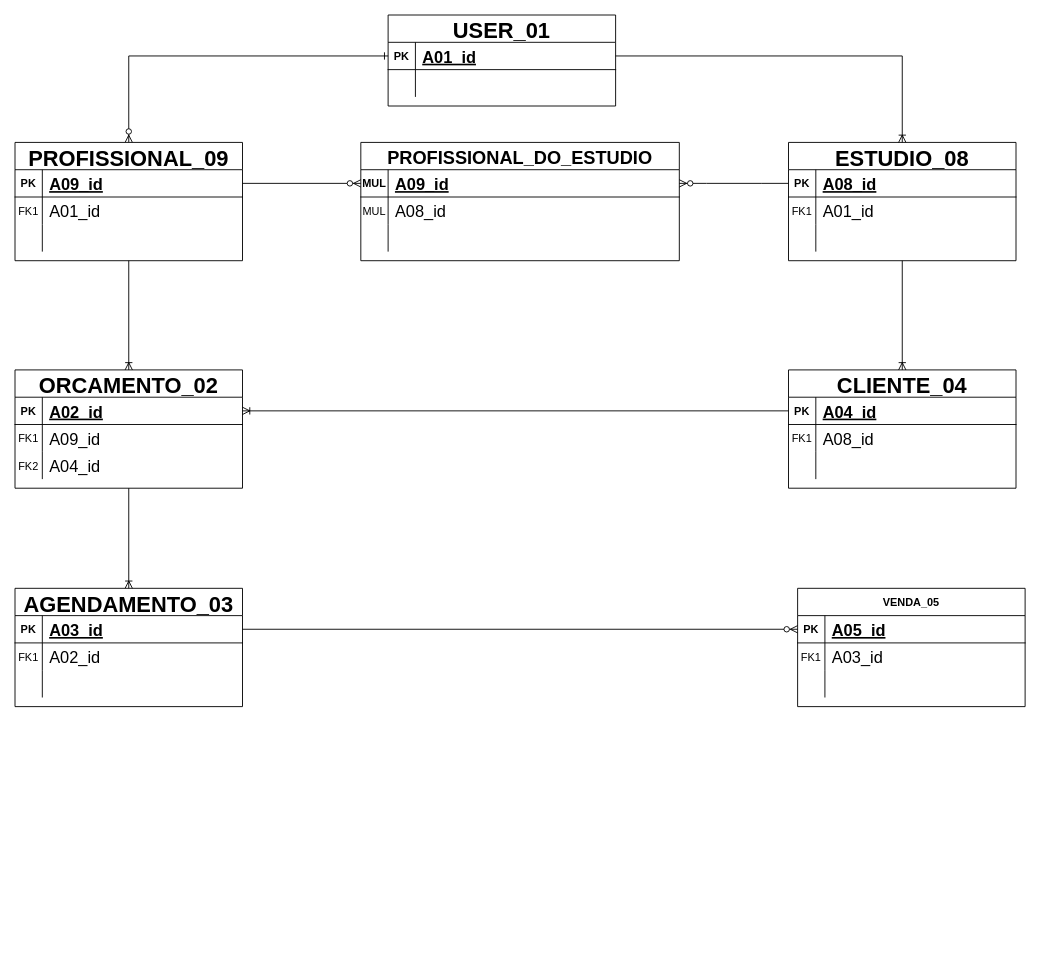
This is requirements/Diagrama ER TattooManager.drawio from PedroMerinoDev/tattoo_manager, a draw.io file, before an edit. Source tidied: cells renumbered, new cells numbered last; positions are measured from the earlier drawing's top-left corner, leaving out a move shared by most shapes. Both pictures are drawn from the tidied source at 91%, with x=0, y=0 at pixel (15, 15).
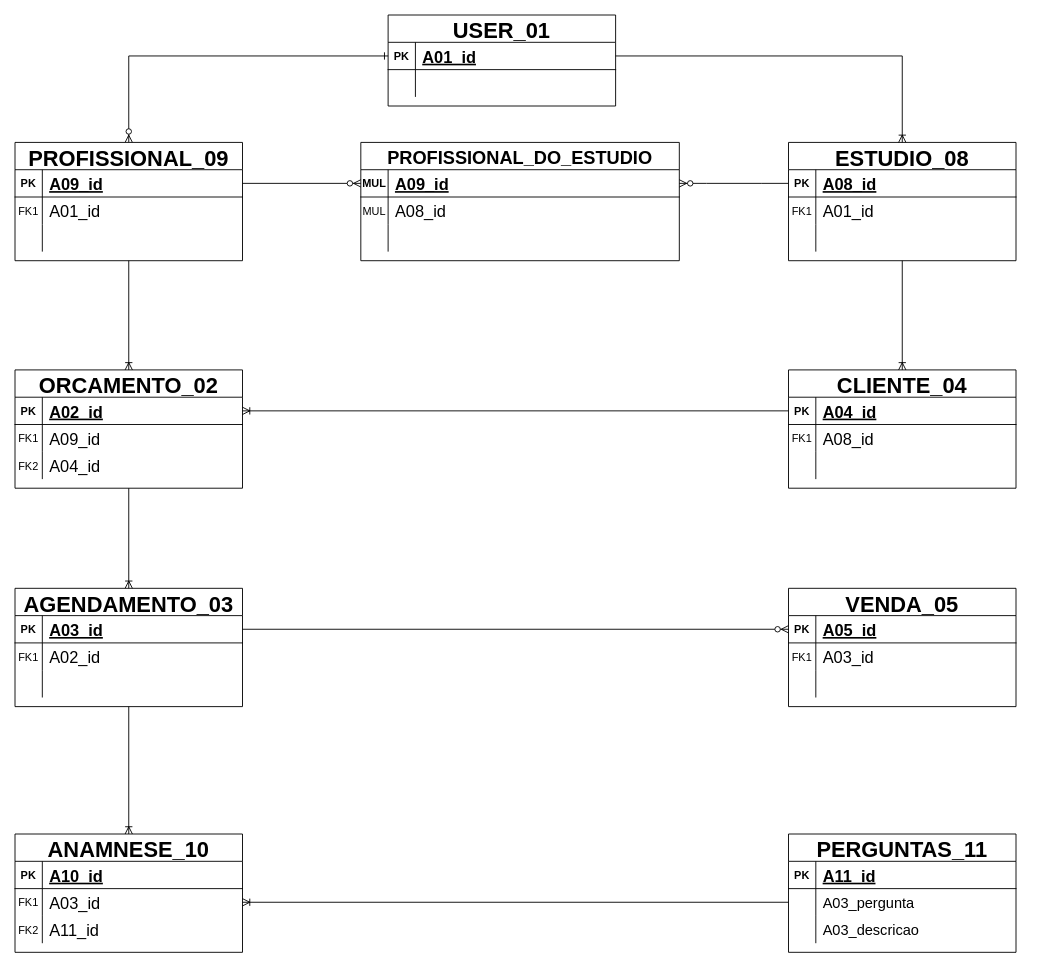
The same page after the edit.

The change refers to these unchanged cells:
```xml
<mxCell id="66" value="AGENDAMENTO_03" style="shape=table;startSize=30;childLayout=tableLayout;rowLines=0;fontStyle=1;align=center;labelBackgroundColor=none;rounded=0;fontSize=24;" parent="1" vertex="1">
  <mxGeometry y="630" width="250" height="130" as="geometry" />
</mxCell>
```

What changed in the source:
```diff
@@
-    <mxCell id="76" value="VENDA_05" style="shape=table;startSize=30;childLayout=tableLayout;rowLines=0;fontStyle=1;align=center;labelBackgroundColor=none;rounded=0;" parent="1" vertex="1">
-      <mxGeometry x="860" y="630" width="250" height="130" as="geometry" />
+    <mxCell id="76" value="VENDA_05" style="shape=table;startSize=30;childLayout=tableLayout;rowLines=0;fontStyle=1;align=center;labelBackgroundColor=none;rounded=0;fontSize=24;" parent="1" vertex="1">
+      <mxGeometry x="850" y="630" width="250" height="130" as="geometry" />
     </mxCell>
@@
+    <mxCell id="88" style="fontSize=12;html=1;endArrow=ERoneToMany;exitX=0.5;exitY=1;exitDx=0;exitDy=0;rounded=0;labelBackgroundColor=none;fontColor=default;entryX=0.5;entryY=0;entryDx=0;entryDy=0;" parent="1" edge="1" source="66" target="89">
+      <mxGeometry relative="1" as="geometry" />
+    </mxCell>
+    <mxCell id="89" value="ANAMNESE_10" style="shape=table;startSize=30;childLayout=tableLayout;rowLines=0;fontStyle=1;align=center;labelBackgroundColor=none;rounded=0;fontSize=24;" parent="1" vertex="1">
+      <mxGeometry y="900" width="250" height="130" as="geometry" />
+    </mxCell>
+    <mxCell id="90" style="shape=partialRectangle;fillColor=none;top=0;left=0;right=0;bottom=1;labelBackgroundColor=none;rounded=0;" parent="89" vertex="1">
+      <mxGeometry y="30" width="250" height="30" as="geometry" />
+    </mxCell>
+    <mxCell id="91" value="PK" style="shape=partialRectangle;overflow=hidden;fillColor=none;top=0;left=0;bottom=0;right=0;fontStyle=1;labelBackgroundColor=none;rounded=0;" parent="90" vertex="1">
+      <mxGeometry width="30" height="30" as="geometry" />
+    </mxCell>
+    <mxCell id="92" value="A10_id" style="shape=partialRectangle;overflow=hidden;fillColor=none;top=0;left=0;bottom=0;right=0;align=left;spacingLeft=6;fontStyle=5;labelBackgroundColor=none;rounded=0;fontSize=18;" parent="90" vertex="1">
+      <mxGeometry x="30" width="220" height="30" as="geometry" />
+    </mxCell>
+    <mxCell id="93" style="shape=partialRectangle;fillColor=none;points=[[0,0.5],[1,0.5]];portConstraint=eastwest;top=0;left=0;right=0;bottom=0;labelBackgroundColor=none;rounded=0;" parent="89" vertex="1">
+      <mxGeometry y="60" width="250" height="30" as="geometry" />
+    </mxCell>
+    <mxCell id="94" value="FK1" style="shape=partialRectangle;overflow=hidden;fillColor=none;top=0;left=0;bottom=0;right=0;labelBackgroundColor=none;rounded=0;" parent="93" vertex="1">
+      <mxGeometry width="30" height="30" as="geometry" />
+    </mxCell>
+    <mxCell id="95" value="A03_id" style="shape=partialRectangle;overflow=hidden;fillColor=none;top=0;left=0;bottom=0;right=0;align=left;spacingLeft=6;labelBackgroundColor=none;rounded=0;fontSize=18;" parent="93" vertex="1">
+      <mxGeometry x="30" width="220" height="30" as="geometry" />
+    </mxCell>
+    <mxCell id="96" style="shape=partialRectangle;fillColor=none;top=0;left=0;right=0;bottom=0;labelBackgroundColor=none;rounded=0;" parent="89" vertex="1">
+      <mxGeometry y="90" width="250" height="30" as="geometry" />
+    </mxCell>
+    <mxCell id="97" value="FK2" style="shape=partialRectangle;overflow=hidden;fillColor=none;top=0;left=0;bottom=0;right=0;labelBackgroundColor=none;rounded=0;" parent="96" vertex="1">
+      <mxGeometry width="30" height="30" as="geometry" />
+    </mxCell>
+    <mxCell id="98" value="A11_id" style="shape=partialRectangle;overflow=hidden;fillColor=none;top=0;left=0;bottom=0;right=0;align=left;spacingLeft=6;labelBackgroundColor=none;rounded=0;fontSize=18;" parent="96" vertex="1">
+      <mxGeometry x="30" width="220" height="30" as="geometry" />
+    </mxCell>
+    <mxCell id="99" value="PERGUNTAS_11" style="shape=table;startSize=30;childLayout=tableLayout;rowLines=0;fontStyle=1;align=center;labelBackgroundColor=none;rounded=0;fontSize=24;" parent="1" vertex="1">
+      <mxGeometry x="850" y="900" width="250" height="130" as="geometry" />
+    </mxCell>
+    <mxCell id="100" style="shape=partialRectangle;fillColor=none;top=0;left=0;right=0;bottom=1;labelBackgroundColor=none;rounded=0;" parent="99" vertex="1">
+      <mxGeometry y="30" width="250" height="30" as="geometry" />
+    </mxCell>
+    <mxCell id="101" value="PK" style="shape=partialRectangle;overflow=hidden;fillColor=none;top=0;left=0;bottom=0;right=0;fontStyle=1;labelBackgroundColor=none;rounded=0;" parent="100" vertex="1">
+      <mxGeometry width="30" height="30" as="geometry" />
+    </mxCell>
+    <mxCell id="102" value="A11_id" style="shape=partialRectangle;overflow=hidden;fillColor=none;top=0;left=0;bottom=0;right=0;align=left;spacingLeft=6;fontStyle=5;labelBackgroundColor=none;rounded=0;fontSize=18;" parent="100" vertex="1">
+      <mxGeometry x="30" width="220" height="30" as="geometry" />
+    </mxCell>
+    <mxCell id="103" style="shape=partialRectangle;fillColor=none;points=[[0,0.5],[1,0.5]];portConstraint=eastwest;top=0;left=0;right=0;bottom=0;labelBackgroundColor=none;rounded=0;" parent="99" vertex="1">
+      <mxGeometry y="60" width="250" height="30" as="geometry" />
+    </mxCell>
+    <mxCell id="104" style="shape=partialRectangle;overflow=hidden;fillColor=none;top=0;left=0;bottom=0;right=0;labelBackgroundColor=none;rounded=0;" parent="103" vertex="1">
+      <mxGeometry width="30" height="30" as="geometry" />
+    </mxCell>
+    <mxCell id="105" value="A03_pergunta" style="shape=partialRectangle;overflow=hidden;fillColor=none;top=0;left=0;bottom=0;right=0;align=left;spacingLeft=6;labelBackgroundColor=none;rounded=0;fontSize=16;fontStyle=0;" parent="103" vertex="1">
+      <mxGeometry x="30" width="220" height="30" as="geometry" />
+    </mxCell>
+    <mxCell id="106" style="shape=partialRectangle;fillColor=none;top=0;left=0;right=0;bottom=0;labelBackgroundColor=none;rounded=0;" parent="99" vertex="1">
+      <mxGeometry y="90" width="250" height="30" as="geometry" />
+    </mxCell>
+    <mxCell id="107" style="shape=partialRectangle;overflow=hidden;fillColor=none;top=0;left=0;bottom=0;right=0;labelBackgroundColor=none;rounded=0;" parent="106" vertex="1">
+      <mxGeometry width="30" height="30" as="geometry" />
+    </mxCell>
+    <mxCell id="108" value="A03_descricao" style="shape=partialRectangle;overflow=hidden;fillColor=none;top=0;left=0;bottom=0;right=0;align=left;spacingLeft=6;labelBackgroundColor=none;rounded=0;fontSize=16;" parent="106" vertex="1">
+      <mxGeometry x="30" width="220" height="30" as="geometry" />
+    </mxCell>
+    <mxCell id="109" style="fontSize=12;html=1;endArrow=ERoneToMany;exitX=0;exitY=0.5;exitDx=0;exitDy=0;rounded=0;labelBackgroundColor=none;fontColor=default;entryX=1;entryY=0.5;entryDx=0;entryDy=0;" parent="1" edge="1" source="103" target="93">
+      <mxGeometry relative="1" as="geometry" />
+    </mxCell>
```
